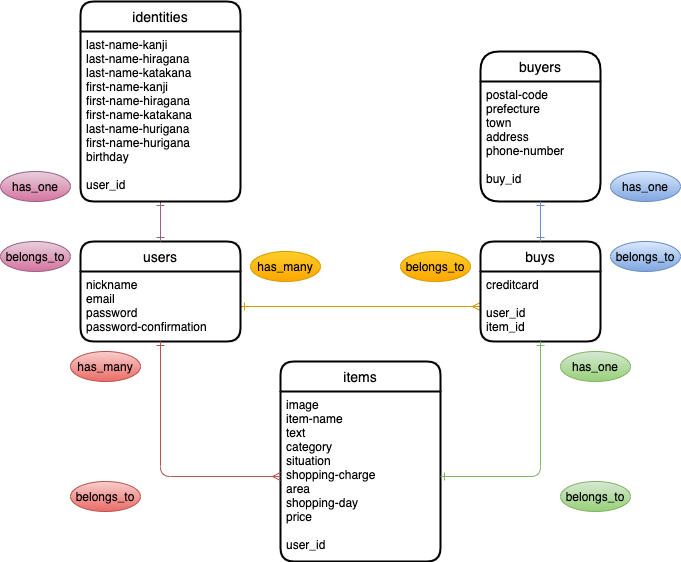
hika0403/furima-33385 keeps this draw.io diagram as furima..drawio.png. Above is the earlier version. Source tidied: cells renumbered, new cells last; positions are measured from the earlier drawing's top-left corner, leaving out a move shared by most shapes.
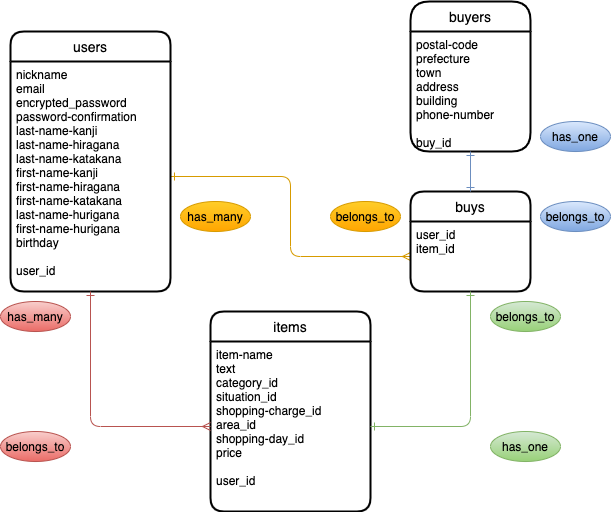
The same file after the commit.

What changed in the source:
```diff
@@ -6,61 +6,46 @@
       <mxGeometry relative="1" as="geometry" />
     </mxCell>
     <mxCell id="3" value="users" style="swimlane;horizontal=1;startSize=30;rounded=1;fontSize=14;fontStyle=0;strokeWidth=2;shadow=0;dashed=0;align=center;sketch=0;" parent="1" vertex="1">
-      <mxGeometry x="80" y="240" width="160" height="100" as="geometry" />
+      <mxGeometry x="80" y="80" width="160" height="260" as="geometry" />
     </mxCell>
-    <mxCell id="4" value="nickname&#10;email&#10;password&#10;password-confirmation" style="align=left;strokeColor=none;fillColor=none;spacingLeft=4;fontSize=12;verticalAlign=top;" parent="3" vertex="1">
-      <mxGeometry y="30" width="160" height="70" as="geometry" />
+    <mxCell id="4" value="nickname&#10;email&#10;encrypted_password&#10;password-confirmation&#10;last-name-kanji&#10;last-name-hiragana&#10;last-name-katakana&#10;first-name-kanji&#10;first-name-hiragana&#10;first-name-katakana&#10;last-name-hurigana&#10;first-name-hurigana&#10;birthday&#10;&#10;user_id" style="align=left;strokeColor=none;fillColor=none;spacingLeft=4;fontSize=12;verticalAlign=top;" parent="3" vertex="1">
+      <mxGeometry y="30" width="160" height="230" as="geometry" />
     </mxCell>
-    <mxCell id="5" style="edgeStyle=orthogonalEdgeStyle;curved=0;rounded=1;sketch=0;jettySize=auto;html=1;entryX=0.5;entryY=0;entryDx=0;entryDy=0;endArrow=ERone;endFill=0;startArrow=ERone;startFill=0;gradientColor=#d5739d;fillColor=#e6d0de;strokeColor=#996185;" parent="1" edge="1" source="6" target="3">
-      <mxGeometry relative="1" as="geometry" />
-    </mxCell>
-    <mxCell id="6" value="identities" style="swimlane;horizontal=1;startSize=30;rounded=1;fontSize=14;fontStyle=0;strokeWidth=2;shadow=0;dashed=0;align=center;sketch=0;" parent="1" vertex="1">
-      <mxGeometry x="80" width="160" height="200" as="geometry" />
-    </mxCell>
-    <mxCell id="7" value="last-name-kanji&#10;last-name-hiragana&#10;last-name-katakana&#10;first-name-kanji&#10;first-name-hiragana&#10;first-name-katakana&#10;last-name-hurigana&#10;first-name-hurigana&#10;birthday&#10;&#10;user_id" style="align=left;strokeColor=none;fillColor=none;spacingLeft=4;fontSize=12;verticalAlign=top;" parent="6" vertex="1">
-      <mxGeometry y="30" width="160" height="170" as="geometry" />
-    </mxCell>
     <mxCell id="8" value="buys" style="swimlane;horizontal=1;startSize=30;rounded=1;fontSize=14;fontStyle=0;strokeWidth=2;shadow=0;dashed=0;align=center;sketch=0;" parent="1" vertex="1">
       <mxGeometry x="480" y="240" width="120" height="100" as="geometry" />
     </mxCell>
-    <mxCell id="9" value="creditcard&#10;&#10;user_id&#10;item_id&#10;" style="align=left;strokeColor=none;fillColor=none;spacingLeft=4;fontSize=12;verticalAlign=top;" parent="8" vertex="1">
+    <mxCell id="9" value="user_id&#10;item_id&#10;" style="align=left;strokeColor=none;fillColor=none;spacingLeft=4;fontSize=12;verticalAlign=top;" parent="8" vertex="1">
       <mxGeometry y="30" width="120" height="70" as="geometry" />
     </mxCell>
     <mxCell id="10" value="buyers" style="swimlane;horizontal=1;startSize=30;rounded=1;fontSize=14;fontStyle=0;strokeWidth=2;shadow=0;dashed=0;align=center;sketch=0;arcSize=21;" parent="1" vertex="1">
       <mxGeometry x="480" y="50" width="120" height="150" as="geometry" />
     </mxCell>
-    <mxCell id="11" value="postal-code&#10;prefecture&#10;town&#10;address&#10;phone-number&#10;&#10;buy_id" style="align=left;strokeColor=none;fillColor=none;spacingLeft=4;fontSize=12;verticalAlign=top;" parent="10" vertex="1">
+    <mxCell id="11" value="postal-code&#10;prefecture&#10;town&#10;address&#10;building&#10;phone-number&#10;&#10;buy_id" style="align=left;strokeColor=none;fillColor=none;spacingLeft=4;fontSize=12;verticalAlign=top;" parent="10" vertex="1">
       <mxGeometry y="30" width="120" height="120" as="geometry" />
     </mxCell>
     <mxCell id="12" value="items" style="swimlane;horizontal=1;startSize=30;rounded=1;fontSize=14;fontStyle=0;strokeWidth=2;shadow=0;dashed=0;align=center;sketch=0;" parent="1" vertex="1">
       <mxGeometry x="280" y="360" width="160" height="200" as="geometry" />
     </mxCell>
-    <mxCell id="13" value="image&#10;item-name&#10;text&#10;category&#10;situation&#10;shopping-charge&#10;area&#10;shopping-day&#10;price&#10;&#10;user_id" style="align=left;strokeColor=none;fillColor=none;spacingLeft=4;fontSize=12;verticalAlign=top;" parent="12" vertex="1">
+    <mxCell id="13" value="item-name&#10;text&#10;category_id&#10;situation_id&#10;shopping-charge_id&#10;area_id&#10;shopping-day_id&#10;price&#10;&#10;user_id" style="align=left;strokeColor=none;fillColor=none;spacingLeft=4;fontSize=12;verticalAlign=top;" parent="12" vertex="1">
       <mxGeometry y="30" width="160" height="170" as="geometry" />
     </mxCell>
     <mxCell id="14" style="edgeStyle=orthogonalEdgeStyle;curved=0;rounded=1;sketch=0;jettySize=auto;html=1;entryX=0;entryY=0.5;entryDx=0;entryDy=0;startArrow=ERone;startFill=0;endArrow=ERmany;endFill=0;exitX=0.5;exitY=1;exitDx=0;exitDy=0;gradientColor=#ea6b66;fillColor=#f8cecc;strokeColor=#b85450;" parent="1" edge="1" source="4" target="13">
       <mxGeometry relative="1" as="geometry" />
     </mxCell>
-    <mxCell id="15" value="has_one" style="ellipse;whiteSpace=wrap;html=1;align=center;rounded=0;sketch=0;fillColor=#e6d0de;strokeColor=#996185;gradientColor=#d5739d;" parent="1" vertex="1">
-      <mxGeometry y="170" width="70" height="30" as="geometry" />
-    </mxCell>
     <mxCell id="16" value="has_one" style="ellipse;whiteSpace=wrap;html=1;align=center;rounded=0;sketch=0;fillColor=#dae8fc;strokeColor=#6c8ebf;gradientColor=#7ea6e0;" parent="1" vertex="1">
       <mxGeometry x="610" y="170" width="70" height="30" as="geometry" />
     </mxCell>
-    <mxCell id="17" value="belongs_to" style="ellipse;whiteSpace=wrap;html=1;align=center;rounded=0;sketch=0;fillColor=#e6d0de;strokeColor=#996185;gradientColor=#d5739d;" parent="1" vertex="1">
-      <mxGeometry y="240" width="70" height="30" as="geometry" />
-    </mxCell>
     <mxCell id="18" value="belongs_to" style="ellipse;whiteSpace=wrap;html=1;align=center;rounded=0;sketch=0;fillColor=#dae8fc;strokeColor=#6c8ebf;gradientColor=#7ea6e0;" parent="1" vertex="1">
-      <mxGeometry x="610" y="240" width="70" height="30" as="geometry" />
+      <mxGeometry x="610" y="250" width="70" height="30" as="geometry" />
     </mxCell>
     <mxCell id="19" value="belongs_to" style="ellipse;whiteSpace=wrap;html=1;align=center;rounded=0;sketch=0;fillColor=#f8cecc;strokeColor=#b85450;gradientColor=#ea6b66;" parent="1" vertex="1">
       <mxGeometry x="70" y="480" width="70" height="30" as="geometry" />
     </mxCell>
     <mxCell id="20" value="belongs_to" style="ellipse;whiteSpace=wrap;html=1;align=center;rounded=0;sketch=0;fillColor=#d5e8d4;strokeColor=#82b366;gradientColor=#97d077;" parent="1" vertex="1">
-      <mxGeometry x="560" y="480" width="70" height="30" as="geometry" />
+      <mxGeometry x="560" y="350" width="70" height="30" as="geometry" />
     </mxCell>
     <mxCell id="21" value="has_one" style="ellipse;whiteSpace=wrap;html=1;align=center;rounded=0;sketch=0;fillColor=#d5e8d4;strokeColor=#82b366;gradientColor=#97d077;" parent="1" vertex="1">
-      <mxGeometry x="560" y="350" width="70" height="30" as="geometry" />
+      <mxGeometry x="560" y="480" width="70" height="30" as="geometry" />
     </mxCell>
     <mxCell id="22" value="has_many" style="ellipse;whiteSpace=wrap;html=1;align=center;rounded=0;sketch=0;fillColor=#f8cecc;strokeColor=#b85450;gradientColor=#ea6b66;" parent="1" vertex="1">
       <mxGeometry x="70" y="350" width="70" height="30" as="geometry" />
```
